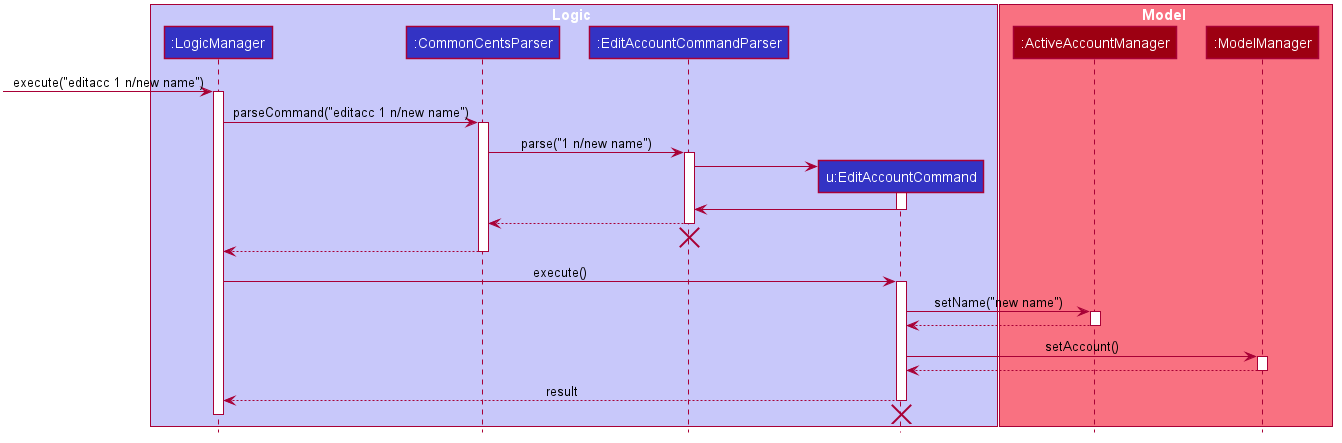
Earlier version of the PlantUML export docs/images/EditAccountSequenceDiagram.png (nus-cs2103-AY2021S1/tp).
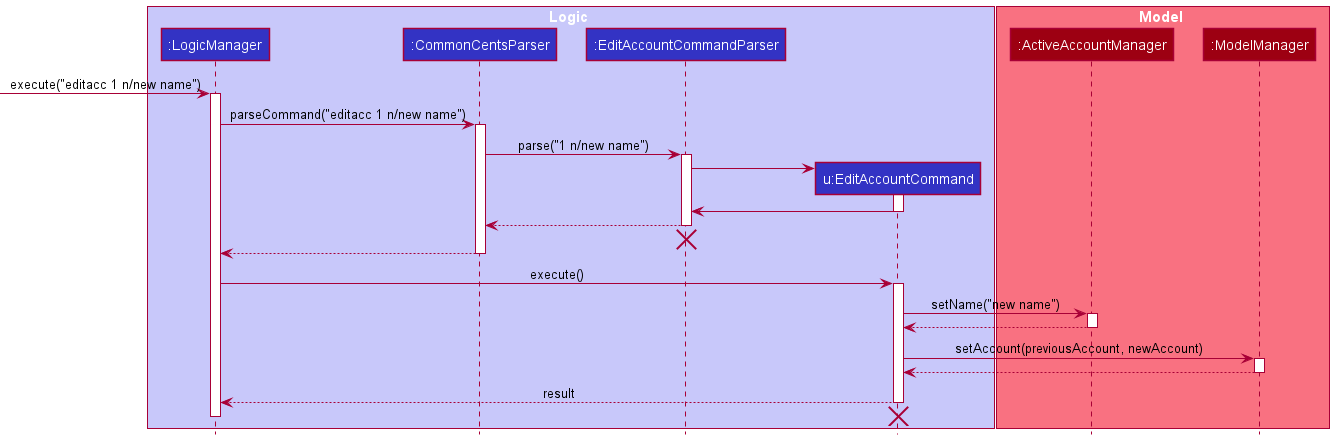
The same file after the commit.

Diff of the diagram source:
```diff
@@ -1,65 +1,17 @@
 @startuml
+!include style.puml
 
-
-
-
-
-
-
-
-
-skinparam BackgroundColor #FFFFFFF
-
-skinparam Shadowing false
-
-skinparam Class {
-    FontColor #FFFFFF
-    BorderThickness 1
-    BorderColor #FFFFFF
-    StereotypeFontColor #FFFFFF
-    FontName Arial
-}
-
-skinparam Actor {
-    BorderColor #000000
-    Color #000000
-    FontName Arial
-}
-
-skinparam Sequence {
-    MessageAlign center
-    BoxFontSize 15
-    BoxPadding 0
-    BoxFontColor #FFFFFF
-    FontName Arial
-}
-
-skinparam Participant {
-    FontColor #FFFFFFF
-    Padding 20
-}
-
-skinparam MinClassWidth 50
-skinparam ParticipantPadding 10
-skinparam Shadowing false
-skinparam DefaultTextAlignment center
-skinparam packageStyle Rectangle
-
-hide footbox
-hide members
-hide circle
-
-box Logic #C8C8FA
-participant ":LogicManager" as LogicManager #3333C4
-participant ":CommonCentsParser" as CommonCentsParser #3333C4
-participant ":EditAccountCommandParser" as EditAccountCommandParser #3333C4
-participant "u:EditAccountCommand" as EditAccountCommand #3333C4
+box Logic LOGIC_COLOR_T1
+participant ":LogicManager" as LogicManager LOGIC_COLOR
+participant ":CommonCentsParser" as CommonCentsParser LOGIC_COLOR
+participant ":EditAccountCommandParser" as EditAccountCommandParser LOGIC_COLOR
+participant "u:EditAccountCommand" as EditAccountCommand LOGIC_COLOR
 end box
 
 
-box Model #F97181
-participant ":ActiveAccountManager" as ActiveAccount #9D0012
-participant ":ModelManager" as Model #9D0012
+box Model MODEL_COLOR_T1
+participant ":ActiveAccountManager" as ActiveAccount MODEL_COLOR
+participant ":ModelManager" as Model MODEL_COLOR
 end box
 
 [-> LogicManager : execute("editacc 1 n/new name")
@@ -95,7 +47,7 @@
 ActiveAccount --> EditAccountCommand
 deactivate ActiveAccount
 
-EditAccountCommand -> Model: setAccount()
+EditAccountCommand -> Model: setAccount(previousAccount, newAccount)
 activate Model
 
 Model --> EditAccountCommand
```
